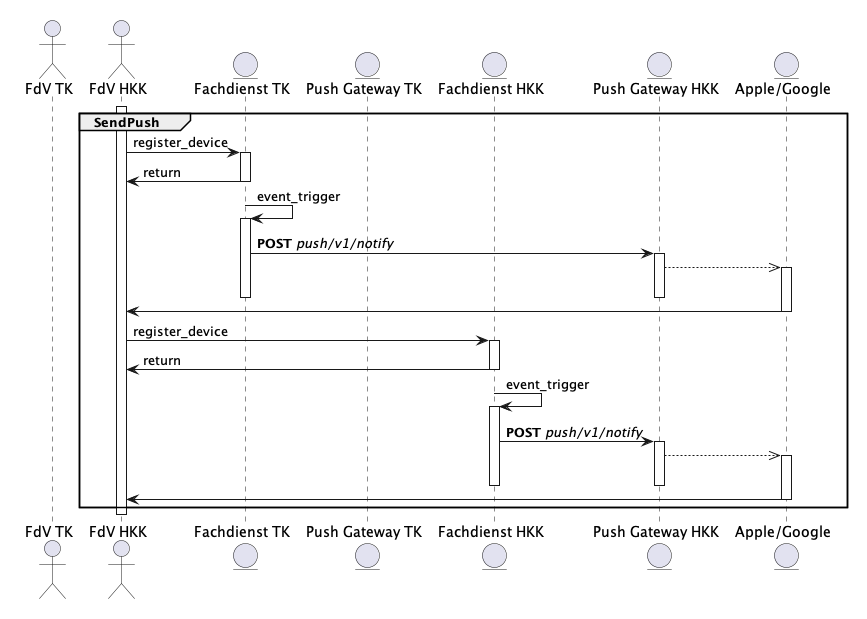
This is images/diagrams/send_push_multiple_backends.png from gematik/gem-push-notifications-concept, a PlantUML export, as it was before one commit.
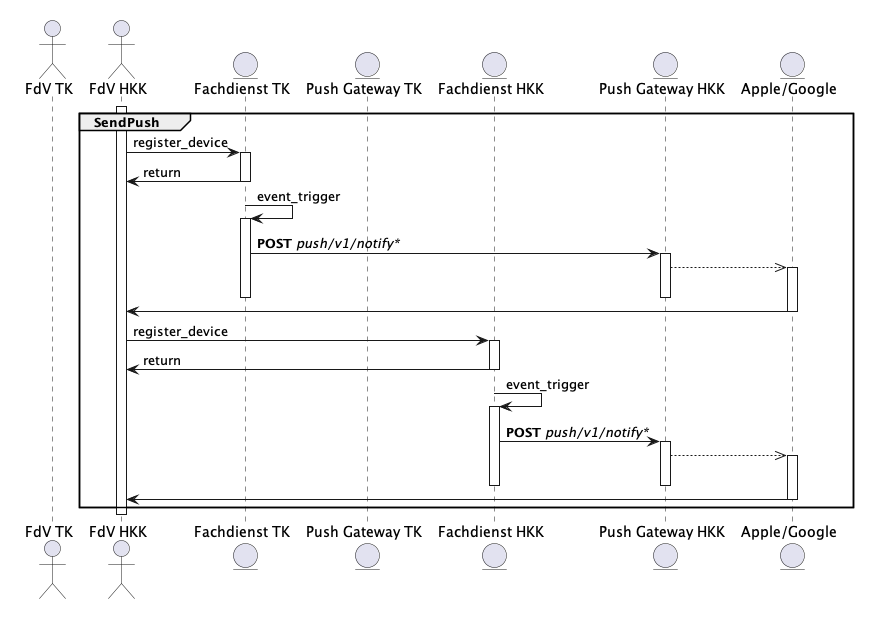
The same file after the commit.

What changed in the source:
```diff
@@ -27,7 +27,7 @@
 
     Fachdienst -> Fachdienst : event_trigger
     activate Fachdienst
-    Fachdienst -> NotificationService2 : **POST** //push/v1/notify//
+    Fachdienst -> NotificationService2 : **POST** //push/v1/notify~*//
     activate NotificationService2
     NotificationService2 -->> NotificationProvider
     activate NotificationProvider
@@ -43,7 +43,7 @@
 
     Fachdienst2 -> Fachdienst2 : event_trigger
     activate Fachdienst2
-    Fachdienst2 -> NotificationService2 : **POST** //push/v1/notify//
+    Fachdienst2 -> NotificationService2 : **POST** //push/v1/notify~*//
     activate NotificationService2
     NotificationService2 -->> NotificationProvider
     activate NotificationProvider
```
